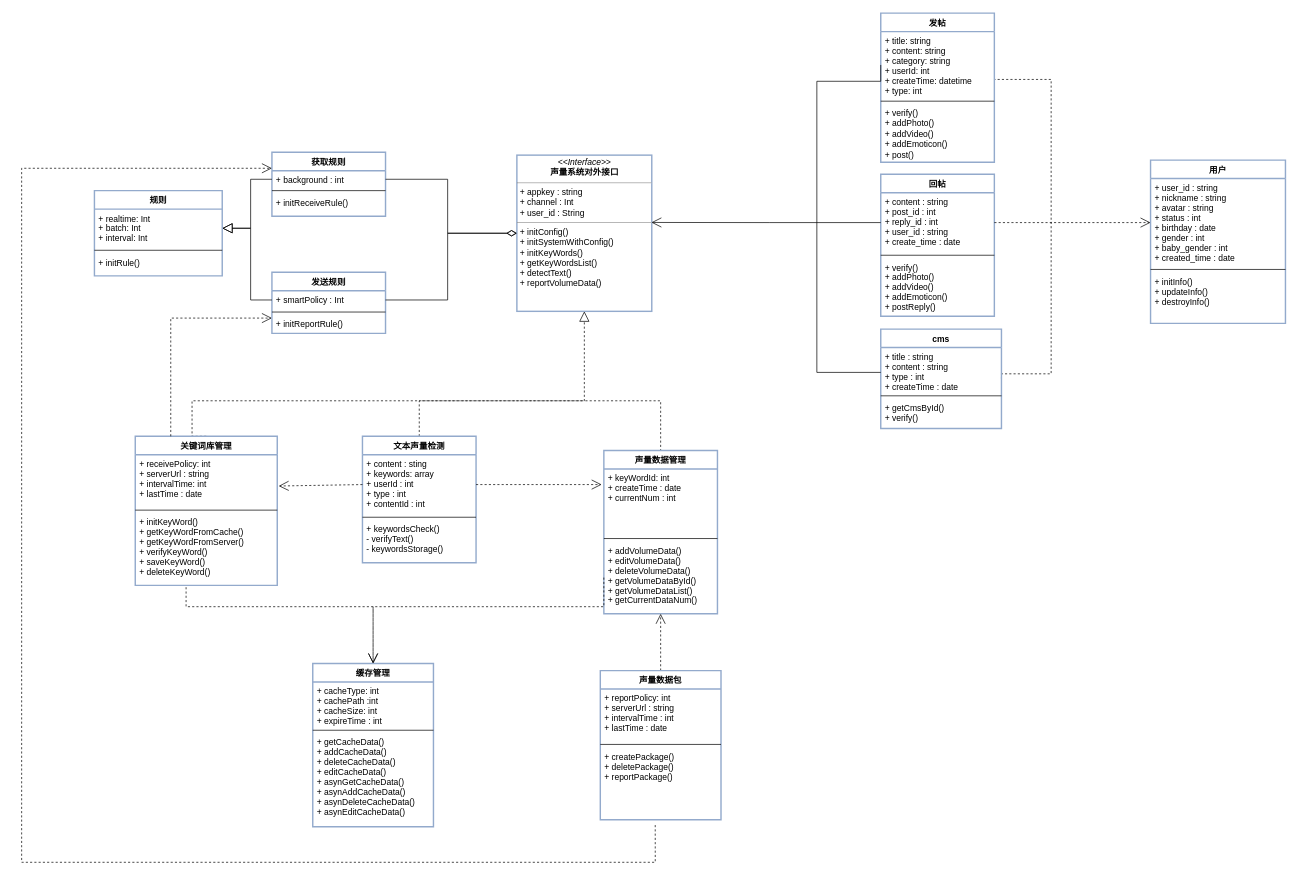
Earlier version of the draw.io diagram page "Page-4" (4 of 5) of 声量系统UML.drawio (ikeyyang/uml). Source tidied: cells renumbered, new cells numbered last; positions are measured from the earlier drawing's top-left corner, leaving out a move shared by most shapes. Both pictures are drawn from the tidied source at 71%, with x=0, y=0 at pixel (21, 13).
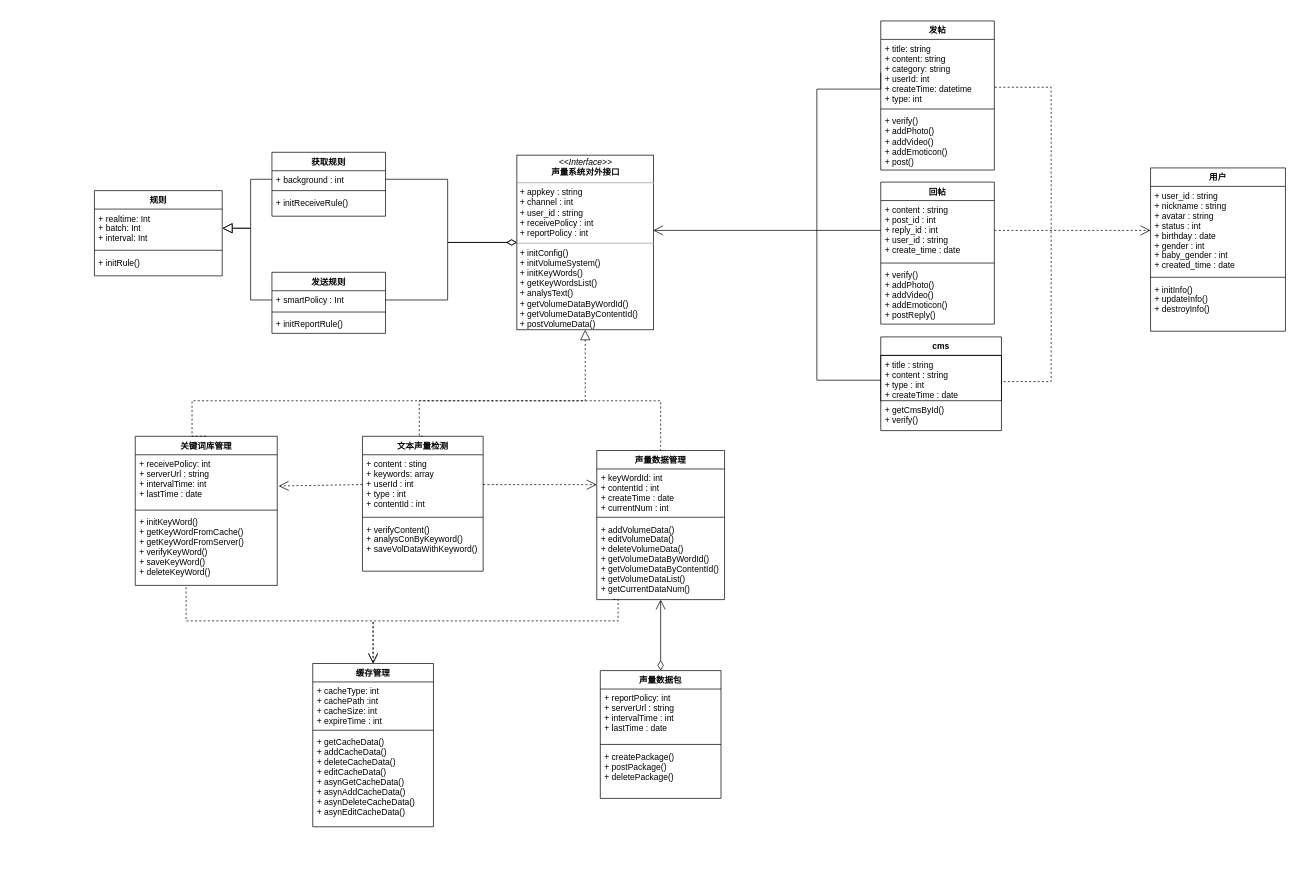
The same diagram, later.

Unchanged cells that the change refers to:
```xml
<mxCell id="13" value="+ title: string&#10;+ content: string&#10;+ category: string&#10;+ userId: int&#10;+ createTime: datetime&#10;+ type: int" style="text;strokeColor=none;fillColor=none;align=left;verticalAlign=top;spacingLeft=4;spacingRight=4;overflow=hidden;points=[[0,0.5],[1,0.5]];portConstraint=eastwest;" parent="12" vertex="1">
  <mxGeometry y="26" width="160" height="94" as="geometry" />
</mxCell>
<mxCell id="23" value="+ receivePolicy: int&#10;+ serverUrl : string&#10;+ intervalTime: int&#10;+ lastTime : date&#10;" style="text;strokeColor=none;fillColor=none;align=left;verticalAlign=top;spacingLeft=4;spacingRight=4;overflow=hidden;points=[[0,0.5],[1,0.5]];portConstraint=eastwest;" parent="22" vertex="1">
  <mxGeometry y="26" width="200" height="74" as="geometry" />
</mxCell>
<mxCell id="25" value="+ initKeyWord()&#10;+ getKeyWordFromCache()&#10;+ getKeyWordFromServer()&#10;+ verifyKeyWord()&#10;+ saveKeyWord()&#10;+ deleteKeyWord()" style="text;strokeColor=none;fillColor=none;align=left;verticalAlign=top;spacingLeft=4;spacingRight=4;overflow=hidden;points=[[0,0.5],[1,0.5]];portConstraint=eastwest;" parent="22" vertex="1">
  <mxGeometry y="108" width="200" height="102" as="geometry" />
</mxCell>
```

The edit, as a diff of the source:
```diff
@@
-    <mxCell id="2" value="&lt;p style=&quot;margin: 0px ; margin-top: 4px ; text-align: center&quot;&gt;&lt;i&gt;&amp;lt;&amp;lt;Interface&amp;gt;&amp;gt;&lt;/i&gt;&lt;br&gt;&lt;b&gt;声量系统对外接口&lt;/b&gt;&lt;/p&gt;&lt;hr size=&quot;1&quot;&gt;&lt;p style=&quot;margin: 0px ; margin-left: 4px&quot;&gt;+ appkey : string&lt;br&gt;+ channel : Int&lt;/p&gt;&lt;p style=&quot;margin: 0px ; margin-left: 4px&quot;&gt;+ user_id : String&lt;/p&gt;&lt;hr size=&quot;1&quot;&gt;&lt;p style=&quot;margin: 0px ; margin-left: 4px&quot;&gt;+ initConfig()&lt;/p&gt;&lt;p style=&quot;margin: 0px ; margin-left: 4px&quot;&gt;+ initSystemWithConfig()&lt;/p&gt;&lt;p style=&quot;margin: 0px ; margin-left: 4px&quot;&gt;+ initKeyWords()&lt;/p&gt;&lt;p style=&quot;margin: 0px ; margin-left: 4px&quot;&gt;+ getKeyWordsList()&lt;/p&gt;&lt;p style=&quot;margin: 0px ; margin-left: 4px&quot;&gt;+ detectText()&lt;/p&gt;&lt;p style=&quot;margin: 0px ; margin-left: 4px&quot;&gt;+ reportVolumeData()&lt;/p&gt;&lt;p style=&quot;margin: 0px ; margin-left: 4px&quot;&gt;&lt;br&gt;&lt;/p&gt;" style="verticalAlign=top;align=left;overflow=fill;fontSize=12;fontFamily=Helvetica;html=1;strokeColor=#93AACC;strokeWidth=2;fillColor=none;" parent="1" vertex="1">
-      <mxGeometry x="697.5" y="200" width="190" height="220" as="geometry" />
+    <mxCell id="2" value="&lt;p style=&quot;margin: 0px ; margin-top: 4px ; text-align: center&quot;&gt;&lt;i&gt;&amp;lt;&amp;lt;Interface&amp;gt;&amp;gt;&lt;/i&gt;&lt;br&gt;&lt;b&gt;声量系统对外接口&lt;/b&gt;&lt;/p&gt;&lt;hr size=&quot;1&quot;&gt;&lt;p style=&quot;margin: 0px ; margin-left: 4px&quot;&gt;+ appkey : string&lt;br&gt;+ channel : int&lt;/p&gt;&lt;p style=&quot;margin: 0px ; margin-left: 4px&quot;&gt;+ user_id : string&lt;/p&gt;&lt;p style=&quot;margin: 0px ; margin-left: 4px&quot;&gt;+ receivePolicy : int&lt;/p&gt;&lt;p style=&quot;margin: 0px ; margin-left: 4px&quot;&gt;+ reportPolicy : int&amp;nbsp;&lt;/p&gt;&lt;hr size=&quot;1&quot;&gt;&lt;p style=&quot;margin: 0px ; margin-left: 4px&quot;&gt;+ initConfig()&lt;/p&gt;&lt;p style=&quot;margin: 0px ; margin-left: 4px&quot;&gt;+ initVolumeSystem()&lt;/p&gt;&lt;p style=&quot;margin: 0px ; margin-left: 4px&quot;&gt;+ initKeyWords()&lt;/p&gt;&lt;p style=&quot;margin: 0px ; margin-left: 4px&quot;&gt;+ getKeyWordsList()&lt;/p&gt;&lt;p style=&quot;margin: 0px ; margin-left: 4px&quot;&gt;+ analysText()&lt;/p&gt;&lt;p style=&quot;margin: 0px ; margin-left: 4px&quot;&gt;+ getVolumeDataByWordId()&lt;/p&gt;&lt;p style=&quot;margin: 0px ; margin-left: 4px&quot;&gt;+ getVolumeDataByContentId()&lt;/p&gt;&lt;p style=&quot;margin: 0px ; margin-left: 4px&quot;&gt;+ postVolumeData()&lt;/p&gt;&lt;p style=&quot;margin: 0px ; margin-left: 4px&quot;&gt;&lt;br&gt;&lt;/p&gt;" style="verticalAlign=top;align=left;overflow=fill;fontSize=12;fontFamily=Helvetica;html=1;strokeColor=#000000;strokeWidth=1;fillColor=none;" parent="1" vertex="1">
+      <mxGeometry x="697.5" y="200" width="192.5" height="246" as="geometry" />
     </mxCell>
-    <mxCell id="3" value="回帖" style="swimlane;fontStyle=1;align=center;verticalAlign=top;horizontal=1;startSize=26;strokeColor=#93AACC;strokeWidth=2;fillColor=none;" parent="1" vertex="1">
-      <mxGeometry x="1210" y="227" width="160" height="200" as="geometry" />
+    <mxCell id="3" value="回帖" style="swimlane;fontStyle=1;align=center;verticalAlign=top;horizontal=1;startSize=26;strokeColor=#000000;strokeWidth=1;fillColor=none;" parent="1" vertex="1">
+      <mxGeometry x="1210" y="238" width="160" height="200" as="geometry" />
     </mxCell>
@@
     <mxCell id="7" style="edgeStyle=orthogonalEdgeStyle;rounded=0;jettySize=auto;html=1;exitX=1;exitY=0.5;exitDx=0;exitDy=0;entryX=1;entryY=0.717;entryDx=0;entryDy=0;entryPerimeter=0;dashed=1;startSize=12;endArrow=none;endFill=0;endSize=12;" parent="1" edge="1" source="8" target="13">
       <mxGeometry relative="1" as="geometry">
         <Array as="points">
-          <mxPoint x="1450" y="508" />
-          <mxPoint x="1450" y="93" />
+          <mxPoint x="1450" y="519" />
+          <mxPoint x="1450" y="104" />
         </Array>
       </mxGeometry>
     </mxCell>
-    <mxCell id="8" value="cms" style="swimlane;fontStyle=1;align=center;verticalAlign=top;horizontal=1;startSize=26;strokeColor=#93AACC;strokeWidth=2;fillColor=none;" parent="1" vertex="1">
-      <mxGeometry x="1210" y="445" width="170" height="140" as="geometry" />
+    <mxCell id="8" value="cms" style="swimlane;fontStyle=1;align=center;verticalAlign=top;horizontal=1;startSize=26;strokeColor=#000000;strokeWidth=1;fillColor=none;" parent="1" vertex="1">
+      <mxGeometry x="1210" y="456" width="170" height="132" as="geometry" />
     </mxCell>
-    <mxCell id="9" value="+ title : string&#10;+ content : string&#10;+ type : int&#10;+ createTime : date" style="text;strokeColor=none;fillColor=none;align=left;verticalAlign=top;spacingLeft=4;spacingRight=4;overflow=hidden;points=[[0,0.5],[1,0.5]];portConstraint=eastwest;" parent="8" vertex="1">
+    <mxCell id="9" value="+ title : string&#10;+ content : string&#10;+ type : int&#10;+ createTime : date" style="text;strokeColor=#000000;fillColor=none;align=left;verticalAlign=top;spacingLeft=4;spacingRight=4;overflow=hidden;points=[[0,0.5],[1,0.5]];portConstraint=eastwest;strokeWidth=1;" parent="8" vertex="1">
       <mxGeometry y="26" width="170" height="64" as="geometry" />
     </mxCell>
-    <mxCell id="10" style="line;strokeWidth=1;fillColor=none;align=left;verticalAlign=middle;spacingTop=-1;spacingLeft=3;spacingRight=3;labelPosition=right;" parent="8" vertex="1">
-      <mxGeometry y="90" width="170" height="8" as="geometry" />
-    </mxCell>
     <mxCell id="11" value="+ getCmsById()&#10;+ verify()" style="text;strokeColor=none;fillColor=none;align=left;verticalAlign=top;spacingLeft=4;spacingRight=4;overflow=hidden;" parent="8" vertex="1">
-      <mxGeometry y="98" width="170" height="42" as="geometry" />
+      <mxGeometry y="90" width="170" height="42" as="geometry" />
     </mxCell>
-    <mxCell id="12" value="发帖" style="swimlane;fontStyle=1;align=center;verticalAlign=top;horizontal=1;startSize=26;strokeColor=#93AACC;strokeWidth=2;fillColor=none;" parent="1" vertex="1">
-      <mxGeometry x="1210" width="160" height="210" as="geometry" />
+    <mxCell id="12" value="发帖" style="swimlane;fontStyle=1;align=center;verticalAlign=top;horizontal=1;startSize=26;strokeColor=#000000;strokeWidth=1;fillColor=none;" parent="1" vertex="1">
+      <mxGeometry x="1210" y="11" width="160" height="210" as="geometry" />
     </mxCell>
@@
-    <mxCell id="17" value="文本声量检测" style="swimlane;fontStyle=1;align=center;verticalAlign=top;horizontal=1;startSize=26;strokeColor=#93AACC;strokeWidth=2;fillColor=none;" parent="1" vertex="1">
-      <mxGeometry x="480" y="596" width="160" height="178" as="geometry" />
+    <mxCell id="17" value="文本声量检测" style="swimlane;fontStyle=1;align=center;verticalAlign=top;horizontal=1;startSize=26;strokeColor=#000000;strokeWidth=1;fillColor=none;" parent="1" vertex="1">
+      <mxGeometry x="480" y="596" width="170" height="190" as="geometry" />
     </mxCell>
     <mxCell id="18" value="+ content : sting&#10;+ keywords: array&#10;+ userId : int&#10;+ type : int&#10;+ contentId : int" style="text;strokeColor=none;fillColor=none;align=left;verticalAlign=top;spacingLeft=4;spacingRight=4;overflow=hidden;points=[[0,0.5],[1,0.5]];portConstraint=eastwest;" parent="17" vertex="1">
-      <mxGeometry y="26" width="160" height="84" as="geometry" />
+      <mxGeometry y="26" width="170" height="84" as="geometry" />
     </mxCell>
     <mxCell id="19" style="line;strokeWidth=1;fillColor=none;align=left;verticalAlign=middle;spacingTop=-1;spacingLeft=3;spacingRight=3;labelPosition=right;" parent="17" vertex="1">
-      <mxGeometry y="110" width="160" height="8" as="geometry" />
+      <mxGeometry y="110" width="170" height="8" as="geometry" />
     </mxCell>
-    <mxCell id="20" value="+ keywordsCheck()&#10;- verifyText()&#10;- keywordsStorage()" style="text;strokeColor=none;fillColor=none;align=left;verticalAlign=top;spacingLeft=4;spacingRight=4;overflow=hidden;" parent="17" vertex="1">
-      <mxGeometry y="118" width="160" height="60" as="geometry" />
+    <mxCell id="20" value="+ verifyContent()&#10;+ analysConByKeyword()&#10;+ saveVolDataWithKeyword()" style="text;strokeColor=none;fillColor=none;align=left;verticalAlign=top;spacingLeft=4;spacingRight=4;overflow=hidden;" parent="17" vertex="1">
+      <mxGeometry y="118" width="170" height="72" as="geometry" />
     </mxCell>
@@
-    <mxCell id="22" value="关键词库管理" style="swimlane;fontStyle=1;align=center;verticalAlign=top;horizontal=1;startSize=26;strokeColor=#93AACC;strokeWidth=2;fillColor=none;" parent="1" vertex="1">
+    <mxCell id="22" value="关键词库管理" style="swimlane;fontStyle=1;align=center;verticalAlign=top;horizontal=1;startSize=26;strokeColor=#000000;strokeWidth=1;fillColor=none;" parent="1" vertex="1">
       <mxGeometry x="160" y="596" width="200" height="210" as="geometry" />
     </mxCell>
@@
-    <mxCell id="26" value="声量数据管理" style="swimlane;fontStyle=1;align=center;verticalAlign=top;horizontal=1;startSize=26;strokeColor=#93AACC;strokeWidth=2;fillColor=none;" parent="1" vertex="1">
-      <mxGeometry x="820" y="616" width="160" height="230" as="geometry" />
+    <mxCell id="26" value="声量数据管理" style="swimlane;fontStyle=1;align=center;verticalAlign=top;horizontal=1;startSize=26;strokeColor=#000000;strokeWidth=1;fillColor=none;" parent="1" vertex="1">
+      <mxGeometry x="810" y="616" width="180" height="210" as="geometry" />
     </mxCell>
-    <mxCell id="27" value="+ keyWordId: int&#10;+ createTime : date&#10;+ currentNum : int&#10;&#10;&#10;" style="text;strokeColor=none;fillColor=none;align=left;verticalAlign=top;spacingLeft=4;spacingRight=4;overflow=hidden;points=[[0,0.5],[1,0.5]];portConstraint=eastwest;" parent="26" vertex="1">
-      <mxGeometry y="26" width="160" height="94" as="geometry" />
+    <mxCell id="27" value="+ keyWordId: int&#10;+ contentId : int&#10;+ createTime : date&#10;+ currentNum : int&#10;&#10;&#10;" style="text;strokeColor=none;fillColor=none;align=left;verticalAlign=top;spacingLeft=4;spacingRight=4;overflow=hidden;points=[[0,0.5],[1,0.5]];portConstraint=eastwest;" parent="26" vertex="1">
+      <mxGeometry y="26" width="180" height="64" as="geometry" />
     </mxCell>
     <mxCell id="28" style="line;strokeWidth=1;fillColor=none;align=left;verticalAlign=middle;spacingTop=-1;spacingLeft=3;spacingRight=3;labelPosition=right;" parent="26" vertex="1">
-      <mxGeometry y="120" width="160" height="8" as="geometry" />
+      <mxGeometry y="90" width="180" height="8" as="geometry" />
     </mxCell>
-    <mxCell id="29" value="+ addVolumeData()&#10;+ editVolumeData()&#10;+ deleteVolumeData()&#10;+ getVolumeDataById()&#10;+ getVolumeDataList()&#10;+ getCurrentDataNum()" style="text;strokeColor=none;fillColor=none;align=left;verticalAlign=top;spacingLeft=4;spacingRight=4;overflow=hidden;points=[[0,0.5],[1,0.5]];portConstraint=eastwest;" parent="26" vertex="1">
-      <mxGeometry y="128" width="160" height="102" as="geometry" />
+    <mxCell id="29" value="+ addVolumeData()&#10;+ editVolumeData()&#10;+ deleteVolumeData()&#10;+ getVolumeDataByWordId()&#10;+ getVolumeDataByContentId()&#10;+ getVolumeDataList()&#10;+ getCurrentDataNum()" style="text;strokeColor=none;fillColor=none;align=left;verticalAlign=top;spacingLeft=4;spacingRight=4;overflow=hidden;points=[[0,0.5],[1,0.5]];portConstraint=eastwest;" parent="26" vertex="1">
+      <mxGeometry y="98" width="180" height="112" as="geometry" />
     </mxCell>
-    <mxCell id="30" value="缓存管理" style="swimlane;fontStyle=1;align=center;verticalAlign=top;horizontal=1;startSize=26;strokeColor=#93AACC;strokeWidth=2;fillColor=none;" parent="1" vertex="1">
+    <mxCell id="30" value="缓存管理" style="swimlane;fontStyle=1;align=center;verticalAlign=top;horizontal=1;startSize=26;strokeColor=#000000;strokeWidth=1;fillColor=none;" parent="1" vertex="1">
       <mxGeometry x="410" y="916" width="170" height="230" as="geometry" />
     </mxCell>
@@
-    <mxCell id="34" style="edgeStyle=orthogonalEdgeStyle;rounded=0;comic=0;jumpStyle=none;jettySize=auto;html=1;exitX=0.5;exitY=0;exitDx=0;exitDy=0;entryX=0.5;entryY=1;entryDx=0;entryDy=0;entryPerimeter=0;shadow=0;dashed=1;startArrow=none;startFill=0;startSize=12;endArrow=open;endFill=0;endSize=12;strokeColor=#000000;strokeWidth=1;fillColor=#FFFFFF;" parent="1" edge="1" source="35" target="29">
+    <mxCell id="34" style="edgeStyle=orthogonalEdgeStyle;rounded=0;comic=0;jumpStyle=none;jettySize=auto;html=1;exitX=0.5;exitY=0;exitDx=0;exitDy=0;entryX=0.5;entryY=1;entryDx=0;entryDy=0;entryPerimeter=0;shadow=0;startArrow=diamondThin;startFill=0;startSize=12;endArrow=open;endFill=0;endSize=12;strokeColor=#000000;strokeWidth=1;fillColor=#FFFFFF;" parent="1" edge="1" source="35" target="29">
       <mxGeometry relative="1" as="geometry" />
     </mxCell>
-    <mxCell id="35" value="声量数据包" style="swimlane;fontStyle=1;align=center;verticalAlign=top;horizontal=1;startSize=26;strokeColor=#93AACC;strokeWidth=2;fillColor=none;" parent="1" vertex="1">
-      <mxGeometry x="815" y="926" width="170" height="210" as="geometry" />
+    <mxCell id="35" value="声量数据包" style="swimlane;fontStyle=1;align=center;verticalAlign=top;horizontal=1;startSize=26;strokeColor=#000000;strokeWidth=1;fillColor=none;" parent="1" vertex="1">
+      <mxGeometry x="815" y="926" width="170" height="180" as="geometry" />
     </mxCell>
@@
-    <mxCell id="38" value="+ createPackage()&#10;+ deletePackage()&#10;+ reportPackage()" style="text;strokeColor=none;fillColor=none;align=left;verticalAlign=top;spacingLeft=4;spacingRight=4;overflow=hidden;points=[[0,0.5],[1,0.5]];portConstraint=eastwest;" parent="35" vertex="1">
-      <mxGeometry y="108" width="170" height="102" as="geometry" />
+    <mxCell id="38" value="+ createPackage()&#10;+ postPackage()&#10;+ deletePackage()" style="text;strokeColor=none;fillColor=none;align=left;verticalAlign=top;spacingLeft=4;spacingRight=4;overflow=hidden;points=[[0,0.5],[1,0.5]];portConstraint=eastwest;" parent="35" vertex="1">
+      <mxGeometry y="108" width="170" height="72" as="geometry" />
     </mxCell>
-    <mxCell id="39" value="用户" style="swimlane;fontStyle=1;align=center;verticalAlign=top;horizontal=1;startSize=26;strokeColor=#93AACC;strokeWidth=2;fillColor=none;" parent="1" vertex="1">
-      <mxGeometry x="1590" y="207" width="190" height="230" as="geometry" />
+    <mxCell id="39" value="用户" style="swimlane;fontStyle=1;align=center;verticalAlign=top;horizontal=1;startSize=26;strokeColor=#000000;strokeWidth=1;fillColor=none;" parent="1" vertex="1">
+      <mxGeometry x="1590" y="218" width="190" height="230" as="geometry" />
     </mxCell>
@@
-    <mxCell id="43" value="获取规则" style="swimlane;fontStyle=1;align=center;verticalAlign=top;horizontal=1;startSize=26;strokeColor=#93AACC;strokeWidth=2;fillColor=none;" parent="1" vertex="1">
+    <mxCell id="43" value="获取规则" style="swimlane;fontStyle=1;align=center;verticalAlign=top;horizontal=1;startSize=26;strokeColor=#000000;strokeWidth=1;fillColor=none;" parent="1" vertex="1">
       <mxGeometry x="352.5" y="196" width="160" height="90" as="geometry" />
     </mxCell>
@@
-    <mxCell id="47" style="edgeStyle=orthogonalEdgeStyle;rounded=0;comic=0;jumpStyle=none;jettySize=auto;html=1;exitX=0.25;exitY=0;exitDx=0;exitDy=0;entryX=0;entryY=0.75;entryDx=0;entryDy=0;shadow=0;dashed=1;startArrow=none;startFill=0;startSize=12;endArrow=open;endFill=0;endSize=12;strokeColor=#000000;strokeWidth=1;fillColor=#FFFFFF;" parent="1" edge="1" source="22" target="48">
-      <mxGeometry relative="1" as="geometry" />
-    </mxCell>
-    <mxCell id="48" value="发送规则" style="swimlane;fontStyle=1;align=center;verticalAlign=top;horizontal=1;startSize=26;strokeColor=#93AACC;strokeWidth=2;fillColor=none;" parent="1" vertex="1">
+    <mxCell id="48" value="发送规则" style="swimlane;fontStyle=1;align=center;verticalAlign=top;horizontal=1;startSize=26;strokeColor=#000000;strokeWidth=1;fillColor=none;" parent="1" vertex="1">
       <mxGeometry x="352.5" y="365" width="160" height="86" as="geometry" />
     </mxCell>
@@
-    <mxCell id="52" value="规则" style="swimlane;fontStyle=1;align=center;verticalAlign=top;horizontal=1;startSize=26;strokeColor=#93AACC;strokeWidth=2;fillColor=none;" parent="1" vertex="1">
+    <mxCell id="52" value="规则" style="swimlane;fontStyle=1;align=center;verticalAlign=top;horizontal=1;startSize=26;strokeColor=#000000;strokeWidth=1;fillColor=none;" parent="1" vertex="1">
       <mxGeometry x="102.5" y="250" width="180" height="120" as="geometry" />
     </mxCell>
@@
     <mxCell id="58" style="edgeStyle=orthogonalEdgeStyle;rounded=0;comic=0;jumpStyle=none;jettySize=auto;html=1;exitX=0;exitY=0.5;exitDx=0;exitDy=0;shadow=0;startArrow=none;startFill=0;startSize=12;endArrow=none;endFill=0;endSize=12;strokeColor=#000000;strokeWidth=1;fillColor=#FFFFFF;" parent="1" edge="1" source="13" target="9">
       <mxGeometry relative="1" as="geometry">
         <Array as="points">
-          <mxPoint x="1210" y="96" />
-          <mxPoint x="1120" y="96" />
-          <mxPoint x="1120" y="506" />
+          <mxPoint x="1210" y="107" />
+          <mxPoint x="1120" y="107" />
+          <mxPoint x="1120" y="517" />
         </Array>
       </mxGeometry>
     </mxCell>
@@
     <mxCell id="62" style="edgeStyle=orthogonalEdgeStyle;rounded=0;comic=0;jumpStyle=none;jettySize=auto;html=1;exitX=0.358;exitY=1.025;exitDx=0;exitDy=0;entryX=0.5;entryY=0;entryDx=0;entryDy=0;shadow=0;startArrow=none;startFill=0;startSize=12;endArrow=open;endFill=0;endSize=12;strokeColor=#000000;strokeWidth=1;fillColor=#FFFFFF;exitPerimeter=0;dashed=1;" parent="1" edge="1" source="25" target="30">
       <mxGeometry relative="1" as="geometry">
         <Array as="points">
-          <mxPoint x="232" y="836" />
-          <mxPoint x="495" y="836" />
+          <mxPoint x="232" y="856" />
+          <mxPoint x="495" y="856" />
         </Array>
       </mxGeometry>
     </mxCell>
-    <mxCell id="63" style="edgeStyle=orthogonalEdgeStyle;rounded=0;comic=0;jumpStyle=none;jettySize=auto;html=1;entryX=0.5;entryY=0;entryDx=0;entryDy=0;shadow=0;dashed=1;startArrow=none;startFill=0;startSize=12;endArrow=open;endFill=0;endSize=12;strokeColor=#000000;strokeWidth=1;fillColor=#FFFFFF;exitX=0;exitY=0.5;exitDx=0;exitDy=0;" parent="1" edge="1" source="29" target="30">
+    <mxCell id="63" style="edgeStyle=orthogonalEdgeStyle;rounded=0;comic=0;jumpStyle=none;jettySize=auto;html=1;entryX=0.5;entryY=0;entryDx=0;entryDy=0;shadow=0;dashed=1;startArrow=none;startFill=0;startSize=12;endArrow=open;endFill=0;endSize=12;strokeColor=#000000;strokeWidth=1;fillColor=#FFFFFF;exitX=0.128;exitY=0.997;exitDx=0;exitDy=0;exitPerimeter=0;" parent="1" edge="1" source="29" target="30">
       <mxGeometry relative="1" as="geometry">
         <Array as="points">
-          <mxPoint x="820" y="836" />
-          <mxPoint x="495" y="836" />
+          <mxPoint x="840" y="826" />
+          <mxPoint x="840" y="856" />
+          <mxPoint x="495" y="856" />
         </Array>
       </mxGeometry>
     </mxCell>
-    <mxCell id="64" style="edgeStyle=orthogonalEdgeStyle;rounded=0;comic=0;jumpStyle=none;jettySize=auto;html=1;exitX=0.455;exitY=1.074;exitDx=0;exitDy=0;entryX=0;entryY=0.25;entryDx=0;entryDy=0;shadow=0;dashed=1;startArrow=none;startFill=0;startSize=12;endArrow=open;endFill=0;endSize=12;strokeColor=#000000;strokeWidth=1;fillColor=#FFFFFF;exitPerimeter=0;" parent="1" edge="1" source="38" target="43">
-      <mxGeometry relative="1" as="geometry">
-        <Array as="points">
-          <mxPoint x="892" y="1196" />
-          <mxPoint y="1196" />
-          <mxPoint y="218" />
-        </Array>
-      </mxGeometry>
-    </mxCell>
@@
+    <mxCell id="67" style="rounded=0;jettySize=auto;html=1;exitX=0;exitY=0.5;exitDx=0;exitDy=0;entryX=1.01;entryY=0.595;entryDx=0;entryDy=0;entryPerimeter=0;dashed=1;startSize=12;endArrow=open;endFill=0;endSize=12;" parent="1" edge="1" source="18" target="23">
+      <mxGeometry relative="1" as="geometry" />
+    </mxCell>
-    <mxCell id="66" style="edgeStyle=orthogonalEdgeStyle;rounded=0;jettySize=auto;html=1;exitX=1;exitY=0.5;exitDx=0;exitDy=0;entryX=-0.019;entryY=0.234;entryDx=0;entryDy=0;entryPerimeter=0;dashed=1;startSize=12;endArrow=open;endFill=0;endSize=12;" parent="1" edge="1" source="18" target="27">
+    <mxCell id="66" style="edgeStyle=orthogonalEdgeStyle;rounded=0;jettySize=auto;html=1;exitX=1;exitY=0.5;exitDx=0;exitDy=0;entryX=0;entryY=0.346;entryDx=0;entryDy=0;entryPerimeter=0;dashed=1;startArrow=none;startFill=0;startSize=12;endArrow=open;endFill=0;endSize=12;" parent="1" edge="1" source="18" target="27">
       <mxGeometry relative="1" as="geometry" />
     </mxCell>
-    <mxCell id="67" style="rounded=0;jettySize=auto;html=1;exitX=0;exitY=0.5;exitDx=0;exitDy=0;entryX=1.01;entryY=0.595;entryDx=0;entryDy=0;entryPerimeter=0;dashed=1;startSize=12;endArrow=open;endFill=0;endSize=12;" parent="1" edge="1" source="18" target="23">
-      <mxGeometry relative="1" as="geometry" />
-    </mxCell>
```
